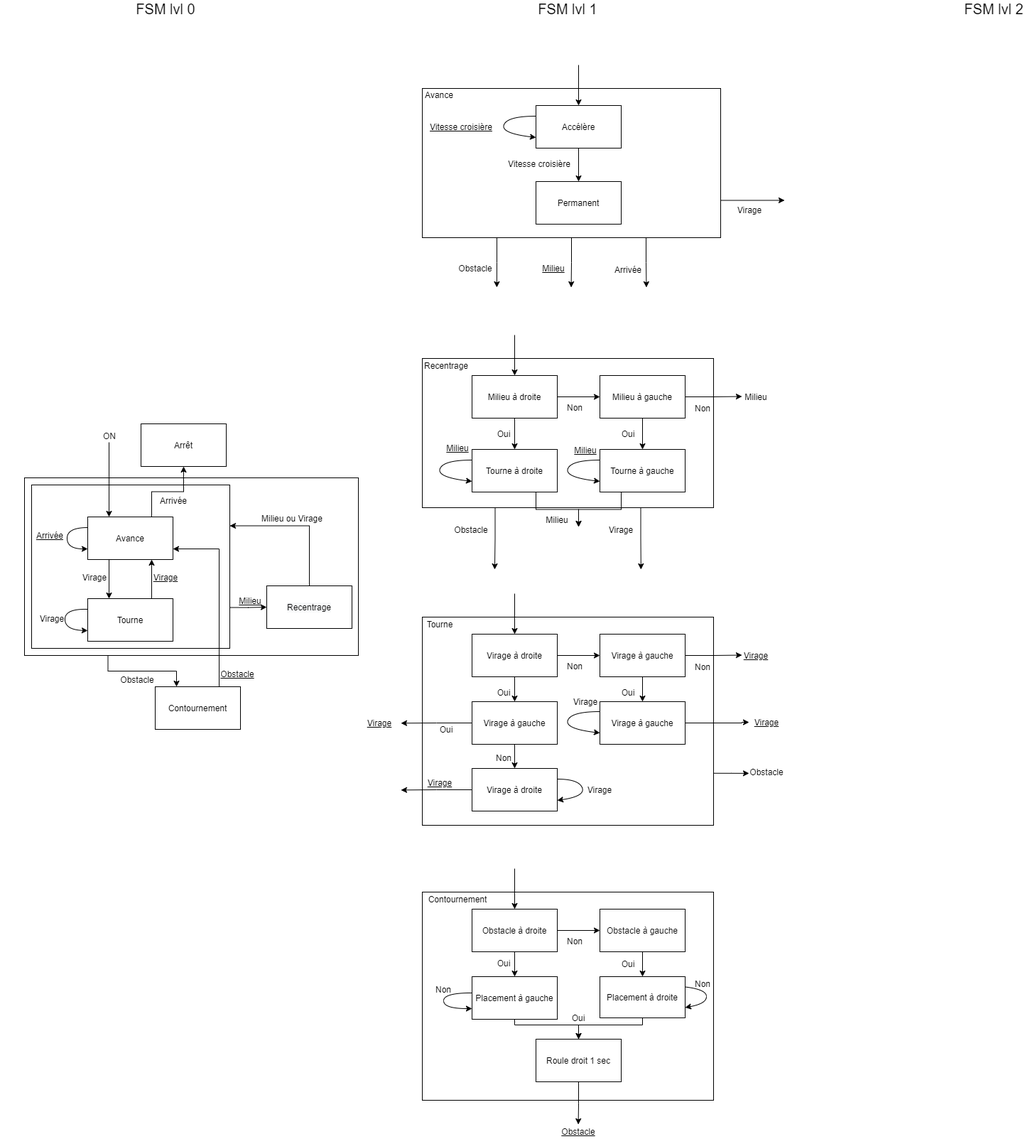
This is FSM_SC_HP.png from robotronik/NXPcup2021, a draw.io export, as it was before one commit. Source tidied: cells renumbered, new cells last; positions are measured from the earlier drawing's top-left corner, leaving out a move shared by most shapes.
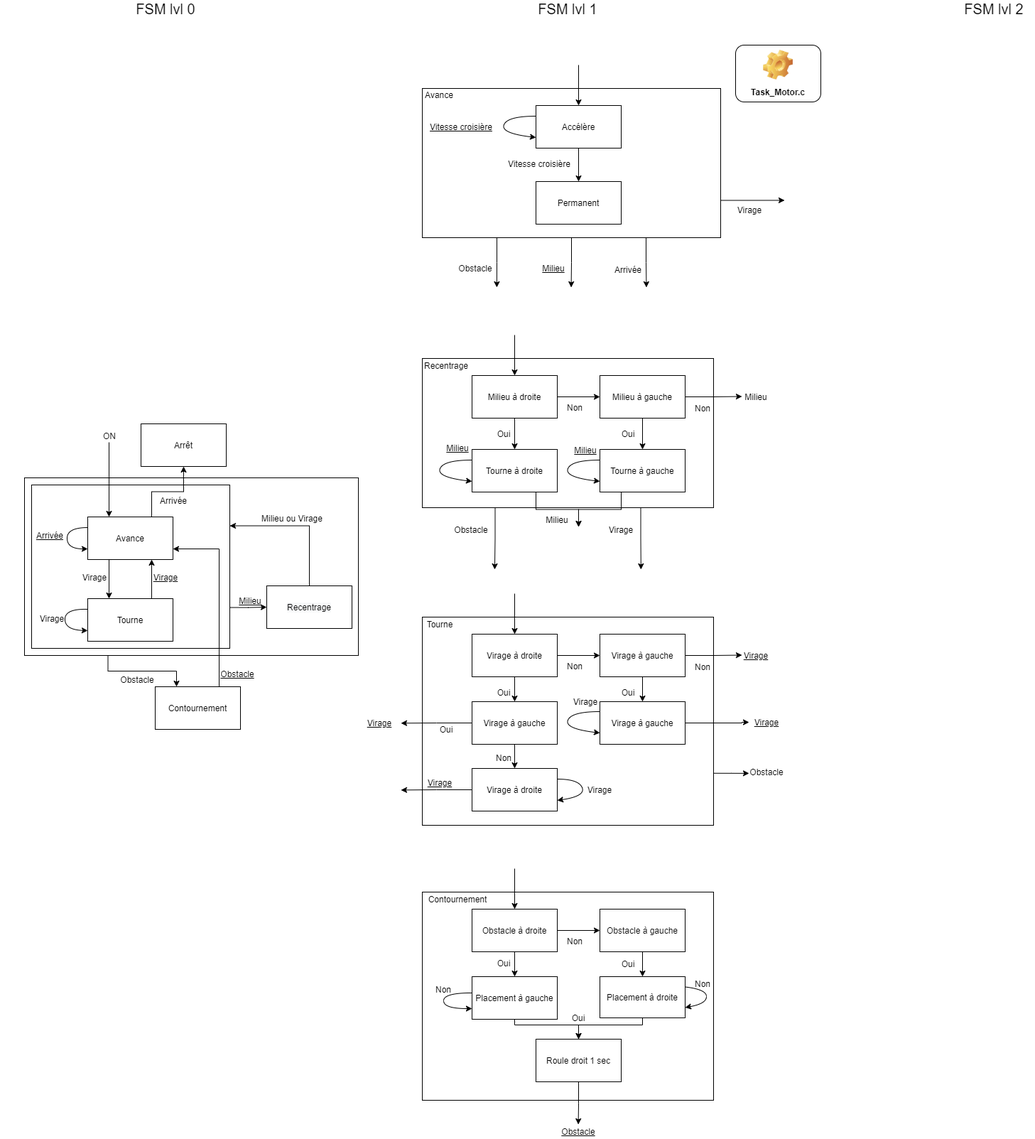
The same file after the commit.

What changed in the source:
```diff
@@ -501,5 +501,8 @@
     <mxCell id="134" value="&lt;font style=&quot;font-size: 20px&quot;&gt;FSM lvl 2&lt;/font&gt;" style="text;html=1;strokeColor=none;fillColor=none;align=center;verticalAlign=middle;whiteSpace=wrap;rounded=0;strokeWidth=4;" parent="1" vertex="1">
       <mxGeometry x="1344" width="110" height="20" as="geometry" />
     </mxCell>
+    <mxCell id="135" value="Task_Motor.c" style="label;whiteSpace=wrap;html=1;align=center;verticalAlign=bottom;spacingLeft=0;spacingBottom=4;imageAlign=center;imageVerticalAlign=top;image=img/clipart/Gear_128x128.png;" parent="1" vertex="1">
+      <mxGeometry x="1035" y="61" width="120" height="80" as="geometry" />
+    </mxCell>
   </root>
 </mxGraphModel>
```
